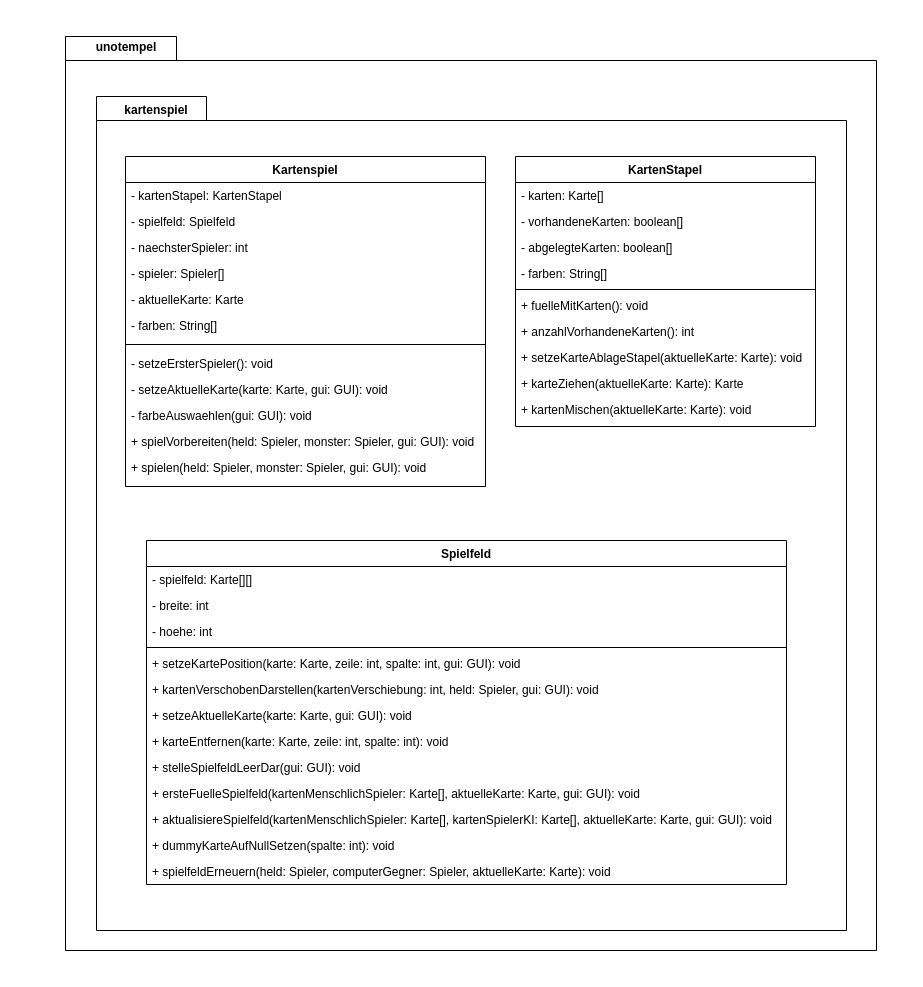
Above: diagrams/IP2_unotempel_kartenspiel_kspiel-kstapel-spielfeld_complete.drawio in joshuaeinhoff/Uno-Informatikprojekt-2 (draw.io), before the change. Source tidied: cells renumbered, new cells numbered last; positions are measured from the earlier drawing's top-left corner, leaving out a move shared by most shapes. Both pictures are drawn from the tidied source at 100%, with x=0, y=0 at pixel (16, 16).
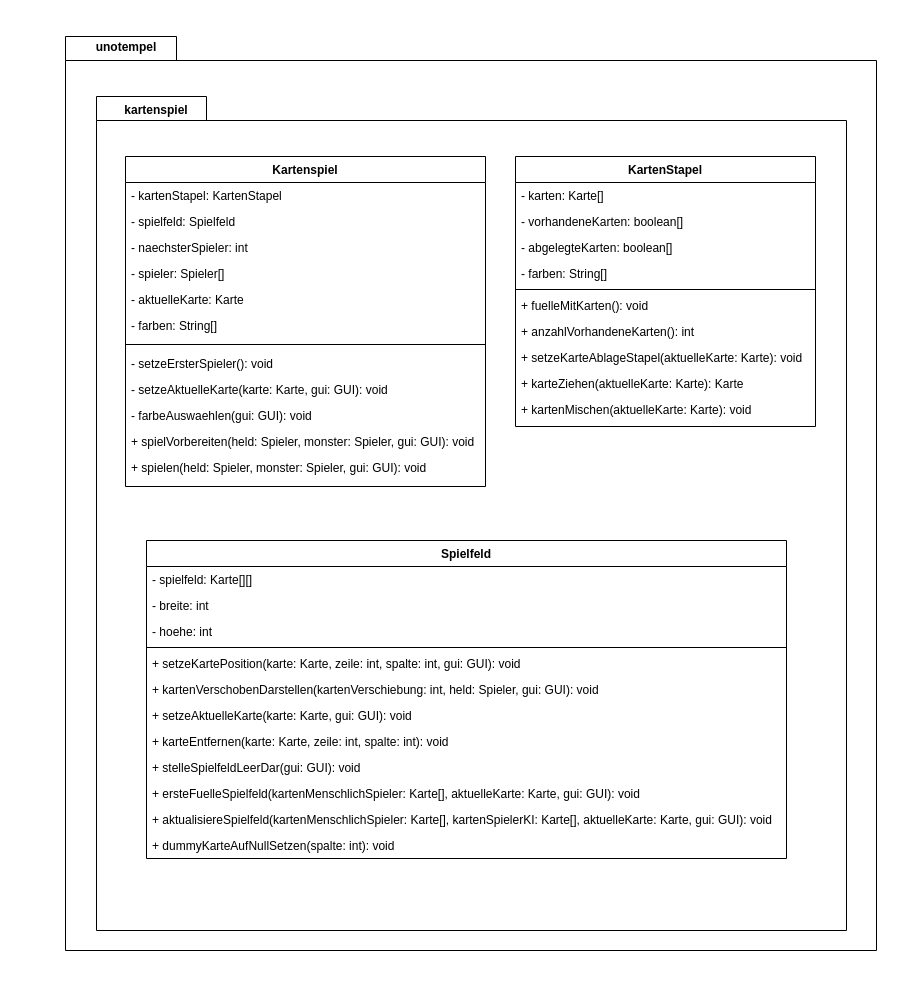
Above is the later version.

Change to the diagram source:
```diff
@@
     <mxCell id="6" value="Spielfeld" style="swimlane;fontStyle=1;horizontal=1;startSize=26;fillColor=none;" parent="1" vertex="1">
-      <mxGeometry x="130" y="524" width="640" height="344" as="geometry" />
+      <mxGeometry x="130" y="524" width="640" height="318" as="geometry" />
     </mxCell>
@@
-    <mxCell id="19" value="+ spielfeldErneuern(held: Spieler, computerGegner: Spieler, aktuelleKarte: Karte): void" style="text;strokeColor=none;fillColor=none;align=left;verticalAlign=top;spacingLeft=4;spacingRight=4;overflow=hidden;" parent="6" vertex="1">
-      <mxGeometry y="318" width="640" height="26" as="geometry" />
-    </mxCell>
```
